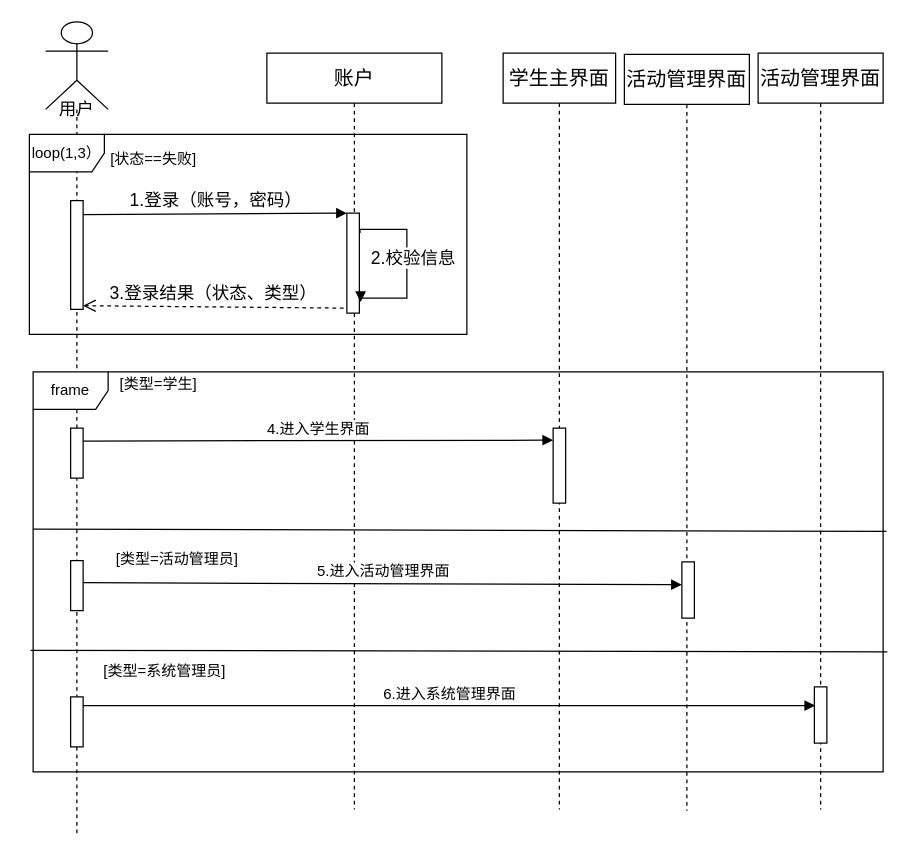
This is 登录顺序图.drawio from xs1317/Student-affair, a draw.io file, before an edit. Source tidied: cells renumbered, new cells numbered last; positions are measured from the earlier drawing's top-left corner, leaving out a move shared by most shapes. Both pictures are drawn from the tidied source at 125%, with x=0, y=0 at pixel (29, 21).
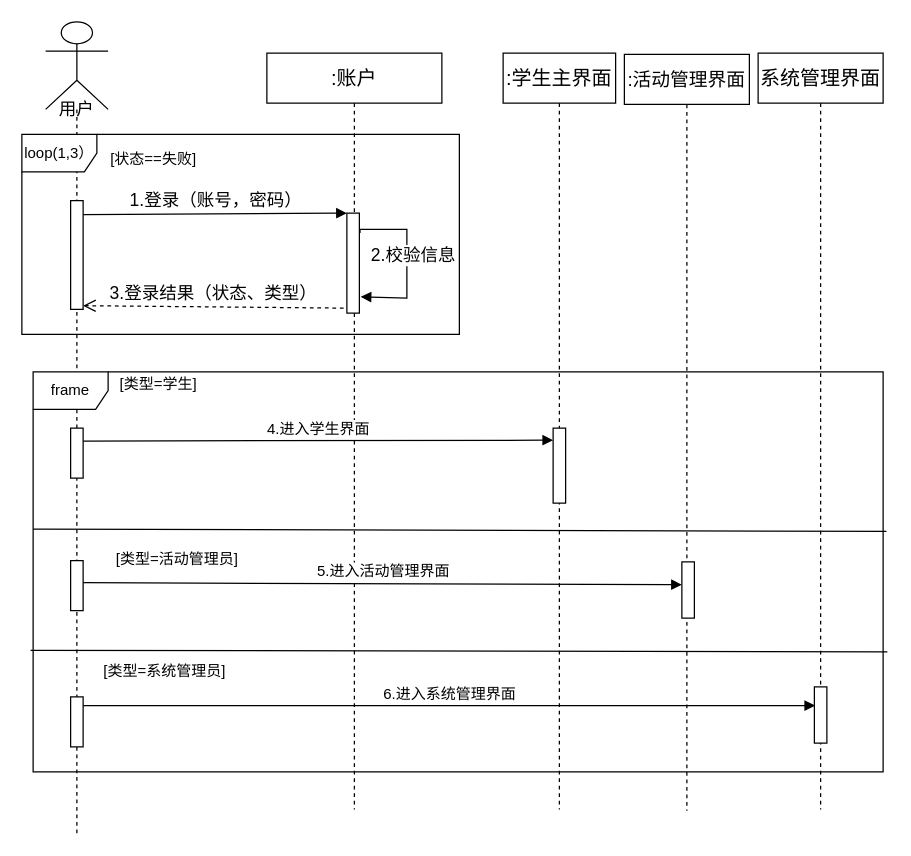
The same page after the edit.

Commit message:
Update 登录顺序图.drawio

The change refers to these unchanged cells:
```xml
<mxCell id="5" style="html=1;points=[];perimeter=orthogonalPerimeter;strokeWidth=1;" parent="4" vertex="1">
  <mxGeometry x="64" y="128" width="10" height="80" as="geometry" />
</mxCell>
```

Diff of the diagram source:
```diff
@@
-    <mxCell id="4" value="账户" style="shape=umlLifeline;perimeter=lifelinePerimeter;whiteSpace=wrap;html=1;fontSize=16;" parent="1" vertex="1">
+    <mxCell id="4" value=":账户" style="shape=umlLifeline;perimeter=lifelinePerimeter;whiteSpace=wrap;html=1;fontSize=16;" parent="1" vertex="1">
       <mxGeometry x="190" y="25" width="140" height="605" as="geometry" />
     </mxCell>
@@
-    <mxCell id="6" value="2.校验信息" style="html=1;verticalAlign=bottom;endArrow=block;rounded=0;edgeStyle=orthogonalEdgeStyle;entryX=1.1;entryY=0.89;entryDx=0;entryDy=0;entryPerimeter=0;fontSize=14;exitX=1.049;exitY=0.198;exitDx=0;exitDy=0;exitPerimeter=0;" parent="4" edge="1" source="5" target="5">
+    <mxCell id="6" value="2.校验信息" style="html=1;verticalAlign=bottom;endArrow=block;rounded=0;edgeStyle=orthogonalEdgeStyle;fontSize=14;exitX=1.049;exitY=0.198;exitDx=0;exitDy=0;exitPerimeter=0;" parent="4" edge="1" source="5">
       <mxGeometry x="0.09" y="5" relative="1" as="geometry">
+        <mxPoint x="75" y="195" as="targetPoint" />
         <Array as="points">
           <mxPoint x="112" y="141" />
           <mxPoint x="112" y="196" />
         </Array>
       </mxGeometry>
     </mxCell>
@@
     <mxCell id="8" value="loop(1,3）" style="shape=umlFrame;whiteSpace=wrap;html=1;fontSize=12;strokeWidth=1;" parent="4" vertex="1">
-      <mxGeometry x="-190" y="65" width="350" height="160" as="geometry" />
+      <mxGeometry x="-196" y="65" width="350" height="160" as="geometry" />
     </mxCell>
@@
-    <mxCell id="17" value="学生主界面" style="shape=umlLifeline;perimeter=lifelinePerimeter;whiteSpace=wrap;html=1;fontSize=16;strokeWidth=1;" parent="1" vertex="1">
+    <mxCell id="17" value=":学生主界面" style="shape=umlLifeline;perimeter=lifelinePerimeter;whiteSpace=wrap;html=1;fontSize=16;strokeWidth=1;" parent="1" vertex="1">
       <mxGeometry x="379" y="25" width="90" height="605" as="geometry" />
     </mxCell>
@@
-    <mxCell id="19" value="活动管理界面" style="shape=umlLifeline;perimeter=lifelinePerimeter;whiteSpace=wrap;html=1;fontSize=16;strokeWidth=1;" parent="1" vertex="1">
+    <mxCell id="19" value=":活动管理界面" style="shape=umlLifeline;perimeter=lifelinePerimeter;whiteSpace=wrap;html=1;fontSize=15;strokeWidth=1;" parent="1" vertex="1">
       <mxGeometry x="476" y="26" width="100" height="605" as="geometry" />
     </mxCell>
@@
-    <mxCell id="24" value="活动管理界面" style="shape=umlLifeline;perimeter=lifelinePerimeter;whiteSpace=wrap;html=1;fontSize=16;strokeWidth=1;" parent="1" vertex="1">
+    <mxCell id="24" value="系统管理界面" style="shape=umlLifeline;perimeter=lifelinePerimeter;whiteSpace=wrap;html=1;fontSize=16;strokeWidth=1;" parent="1" vertex="1">
       <mxGeometry x="583" y="25" width="100" height="605" as="geometry" />
     </mxCell>
```
